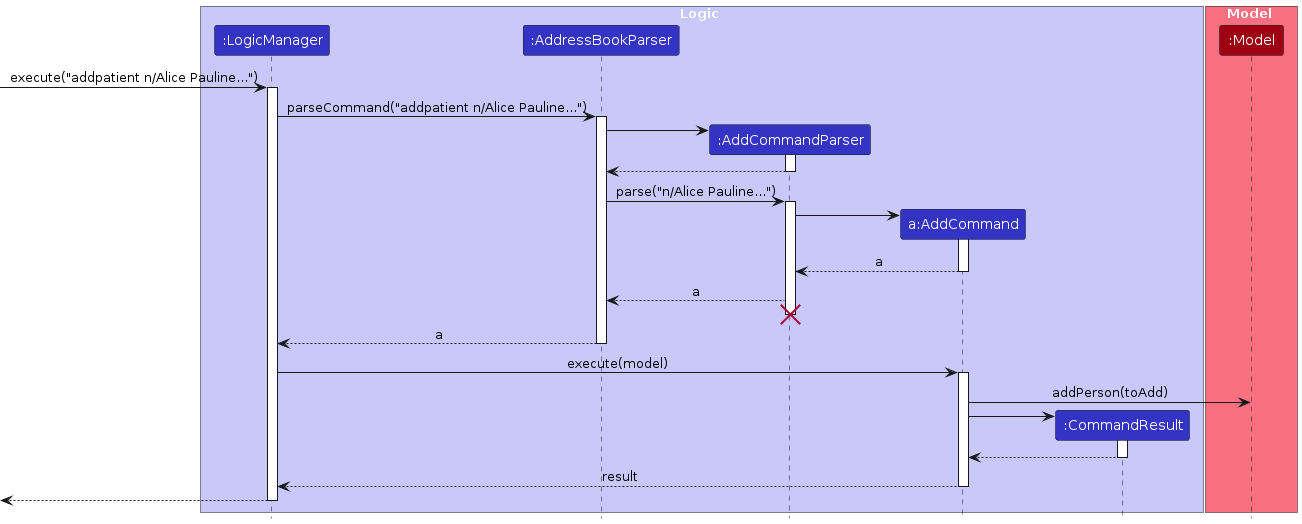
Before: diagrams/AddPatientSequenceDiagram.png, a diagram exported from PlantUML (ryanongwx/tp). Its source is kept beside it as diagrams/AddPatientSequenceDiagram.puml.
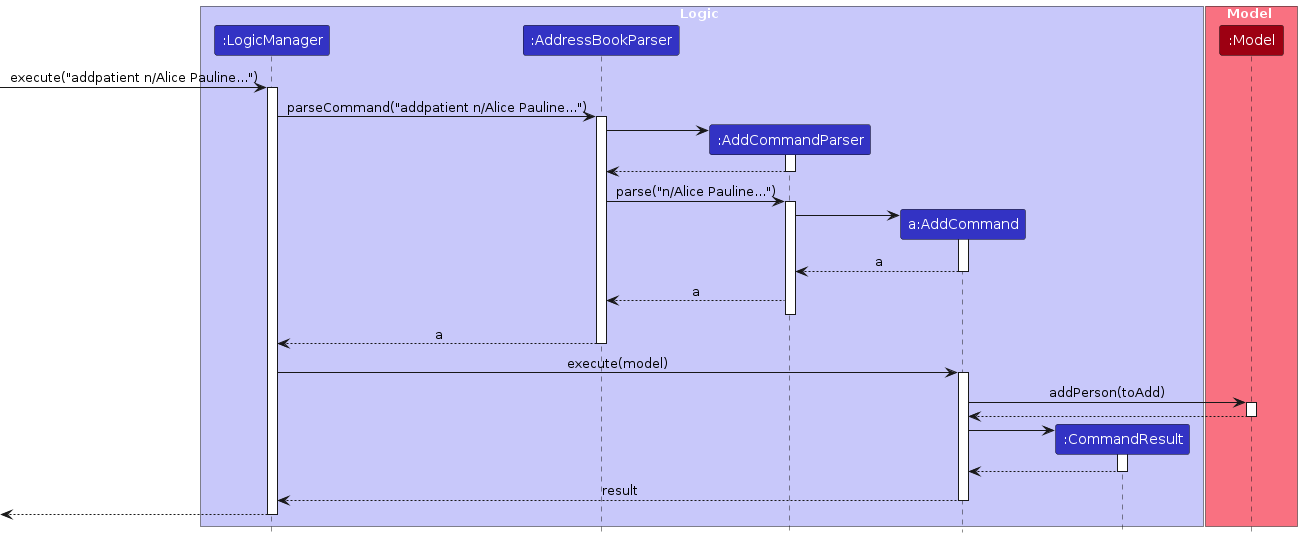
The same file after the commit.

What changed in the source:
```diff
@@ -40,7 +40,7 @@
 AddCommandParser --> AddressBookParser : a
 deactivate AddCommand
 AddCommandParser -[hidden]-> AddressBookParser
-destroy AddCommandParser
+deactivate AddCommandParser
 
 AddressBookParser --> LogicManager : a
 deactivate AddressBookParser
@@ -49,6 +49,10 @@
 activate AddCommand
 
 AddCommand -> Model : addPerson(toAdd)
+activate Model
+
+Model --> AddCommand
+deactivate Model
 
 create CommandResult
 AddCommand -> CommandResult
```
